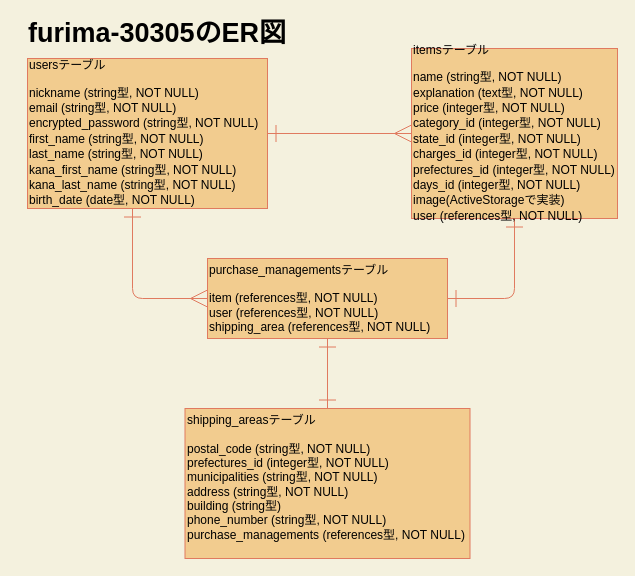
Earlier version of the draw.io diagram test.dio (marmite334/furima-30305). Source tidied: cells renumbered, new cells numbered last; positions are measured from the earlier drawing's top-left corner, leaving out a move shared by most shapes. Both pictures are drawn from the tidied source at 100%, with x=0, y=0 at pixel (17, 18).
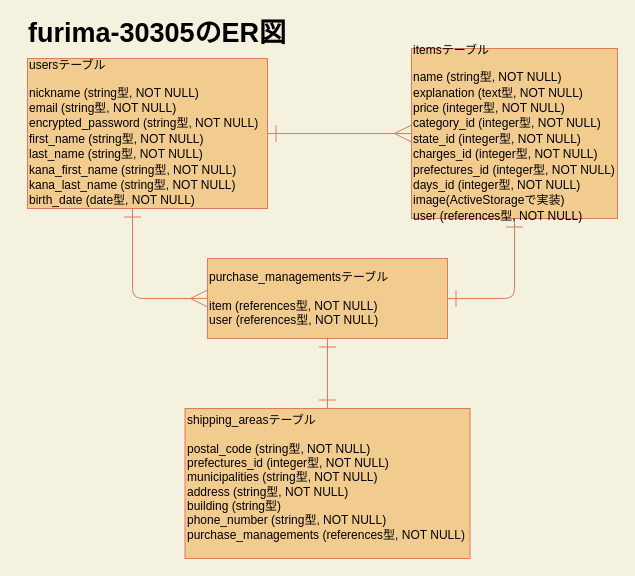
After the change.

Commit message (it also covers changes not shown here):
purchase_managementsテーブルの修正

shipping_areasとのアソシエーションは親子関係で既に実現されているため。

Diff of the diagram source:
```diff
@@
 <mxGraphModel background="#F4F1DE">
   <root>
     <mxCell id="0" />
     <mxCell id="1" parent="0" />
     <mxCell id="2" value="&lt;b&gt;&lt;font style=&quot;font-size: 27px&quot;&gt;furima-30305のER図&lt;/font&gt;&lt;/b&gt;" style="text;html=1;strokeColor=none;fillColor=none;align=center;verticalAlign=middle;whiteSpace=wrap;rounded=0;fontColor=#000000;" parent="1" vertex="1">
       <mxGeometry width="280" height="30" as="geometry" />
     </mxCell>
     <mxCell id="3" style="edgeStyle=orthogonalEdgeStyle;rounded=1;jettySize=auto;html=1;entryX=0;entryY=0.5;entryDx=0;entryDy=0;strokeColor=#E07A5F;fillColor=#F2CC8F;fontColor=#393C56;endArrow=ERmany;endFill=0;startArrow=ERone;startFill=0;endSize=15;startSize=15;" parent="1" edge="1" target="10">
       <mxGeometry relative="1" as="geometry">
         <mxPoint x="115" y="190" as="sourcePoint" />
         <Array as="points">
           <mxPoint x="115" y="280" />
         </Array>
       </mxGeometry>
     </mxCell>
     <mxCell id="4" style="edgeStyle=orthogonalEdgeStyle;rounded=1;jettySize=auto;html=1;entryX=0;entryY=0.5;entryDx=0;entryDy=0;startArrow=ERone;startFill=0;startSize=15;endArrow=ERmany;endFill=0;endSize=15;strokeColor=#E07A5F;fillColor=#F2CC8F;fontColor=#393C56;" parent="1" edge="1" source="5" target="7">
       <mxGeometry relative="1" as="geometry" />
     </mxCell>
     <mxCell id="5" value="&lt;pre&gt;&lt;span style=&quot;color: rgb(0 , 0 , 0)&quot;&gt;&lt;font face=&quot;Helvetica&quot;&gt;usersテーブル&lt;/font&gt;&lt;/span&gt;&lt;/pre&gt;&lt;pre&gt;&lt;font face=&quot;Helvetica&quot;&gt;&lt;span style=&quot;color: rgb(0 , 0 , 0)&quot;&gt;nickname (string型, NOT NULL)&lt;br&gt;&lt;/span&gt;&lt;span style=&quot;color: rgb(0 , 0 , 0)&quot;&gt;email&amp;nbsp;(string型, NOT NULL)&lt;br&gt;&lt;/span&gt;&lt;/font&gt;&lt;font color=&quot;#000000&quot; face=&quot;Helvetica&quot;&gt;encrypted_password&lt;/font&gt;&lt;font face=&quot;Helvetica&quot;&gt;&lt;span style=&quot;color: rgb(0 , 0 , 0)&quot;&gt;&amp;nbsp;(string型, NOT NULL)&lt;br&gt;&lt;/span&gt;&lt;span style=&quot;color: rgb(0 , 0 , 0)&quot;&gt;first_name (string型, NOT NULL)&lt;br&gt;&lt;/span&gt;&lt;span style=&quot;color: rgb(0 , 0 , 0)&quot;&gt;last_name (string型, NOT NULL)&lt;br&gt;&lt;/span&gt;&lt;span style=&quot;color: rgb(0 , 0 , 0)&quot;&gt;kana_first_name (string型, NOT NULL)&lt;br&gt;&lt;/span&gt;&lt;span style=&quot;color: rgb(0 , 0 , 0)&quot;&gt;kana_last_name (string型, NOT NULL)&lt;br&gt;&lt;/span&gt;&lt;span style=&quot;color: rgb(0 , 0 , 0)&quot;&gt;birth_date (date型, NOT NULL)&lt;/span&gt;&lt;/font&gt;&lt;br&gt;&lt;/pre&gt;&lt;blockquote style=&quot;border: none ; margin: 0px 0px 0px 40px ; padding: 0px&quot;&gt;&lt;/blockquote&gt;&lt;blockquote style=&quot;border: none ; margin: 0px 0px 0px 40px ; padding: 0px&quot;&gt;&lt;/blockquote&gt;&lt;blockquote style=&quot;border: none ; margin: 0px 0px 0px 40px ; padding: 0px&quot;&gt;&lt;/blockquote&gt;&lt;blockquote style=&quot;border: none ; margin: 0px 0px 0px 40px ; padding: 0px&quot;&gt;&lt;/blockquote&gt;" style="rounded=0;whiteSpace=wrap;html=1;align=left;fillColor=#F2CC8F;strokeColor=#E07A5F;fontColor=#393C56;" parent="1" vertex="1">
       <mxGeometry x="10" y="40" width="240" height="150" as="geometry" />
     </mxCell>
     <mxCell id="6" style="edgeStyle=orthogonalEdgeStyle;rounded=1;jettySize=auto;html=1;exitX=0.5;exitY=1;exitDx=0;exitDy=0;entryX=1;entryY=0.5;entryDx=0;entryDy=0;startArrow=ERone;startFill=0;startSize=15;endArrow=ERone;endFill=0;endSize=15;strokeColor=#E07A5F;fillColor=#F2CC8F;fontColor=#393C56;" parent="1" edge="1" source="7" target="10">
       <mxGeometry relative="1" as="geometry">
         <Array as="points">
           <mxPoint x="497" y="280" />
         </Array>
       </mxGeometry>
     </mxCell>
     <mxCell id="7" value="&lt;pre&gt;&lt;span style=&quot;color: rgb(0 , 0 , 0)&quot;&gt;&lt;font face=&quot;Helvetica&quot;&gt;itemsテーブル&lt;/font&gt;&lt;/span&gt;&lt;/pre&gt;&lt;pre&gt;&lt;font face=&quot;Helvetica&quot;&gt;&lt;span style=&quot;color: rgb(0 , 0 , 0)&quot;&gt;name (string型, NOT NULL)&lt;br&gt;&lt;/span&gt;&lt;span style=&quot;color: rgb(0 , 0 , 0)&quot;&gt;explanation (text型, NOT NULL)&lt;br&gt;&lt;/span&gt;&lt;span style=&quot;color: rgb(0 , 0 , 0)&quot;&gt;price (integer型, NOT NULL)&lt;br&gt;&lt;/span&gt;&lt;span style=&quot;color: rgb(0 , 0 , 0)&quot;&gt;category_id (integer型, NOT NULL)&lt;br&gt;&lt;/span&gt;&lt;span style=&quot;color: rgb(0 , 0 , 0)&quot;&gt;state_id (integer型, NOT NULL)&lt;br&gt;&lt;/span&gt;&lt;span style=&quot;color: rgb(0 , 0 , 0)&quot;&gt;charges_id (integer型, NOT NULL)&lt;br&gt;&lt;/span&gt;&lt;font color=&quot;#000000&quot;&gt;prefectures_id&lt;/font&gt;&lt;span style=&quot;color: rgb(0 , 0 , 0)&quot;&gt; (integer型, NOT NULL)&lt;br&gt;&lt;/span&gt;&lt;span style=&quot;color: rgb(0 , 0 , 0)&quot;&gt;days_id (integer型, NOT NULL)&lt;br&gt;&lt;/span&gt;&lt;span style=&quot;color: rgb(0 , 0 , 0)&quot;&gt;image(ActiveStorageで実装&lt;/span&gt;&lt;span style=&quot;color: rgb(0 , 0 , 0)&quot;&gt;)&lt;br&gt;&lt;/span&gt;&lt;font color=&quot;#000000&quot;&gt;user (references型, NOT NULL)&lt;/font&gt;&lt;/font&gt;&lt;/pre&gt;&lt;p style=&quot;line-height: 18px&quot;&gt;&lt;/p&gt;&lt;p&gt;&lt;/p&gt;" style="rounded=0;whiteSpace=wrap;html=1;align=left;fillColor=#F2CC8F;strokeColor=#E07A5F;fontColor=#393C56;" parent="1" vertex="1">
       <mxGeometry x="394" y="30" width="206" height="170" as="geometry" />
     </mxCell>
     <mxCell id="8" value="&lt;span style=&quot;color: rgb(0 , 0 , 0)&quot;&gt;shipping_areasテーブル&lt;br&gt;&lt;/span&gt;&lt;br&gt;&lt;span style=&quot;color: rgb(0 , 0 , 0)&quot;&gt;postal_code (string型, NOT NULL)&lt;/span&gt;&lt;br&gt;&lt;span style=&quot;color: rgb(0 , 0 , 0)&quot;&gt;prefectures_id (integer型, NOT NULL)&lt;/span&gt;&lt;br&gt;&lt;span style=&quot;color: rgb(0 , 0 , 0)&quot;&gt;municipalities (string型, NOT NULL)&lt;/span&gt;&lt;br&gt;&lt;span style=&quot;color: rgb(0 , 0 , 0)&quot;&gt;address (string型, NOT NULL)&lt;/span&gt;&lt;br&gt;&lt;span style=&quot;color: rgb(0 , 0 , 0)&quot;&gt;building (string型)&lt;/span&gt;&lt;br&gt;&lt;font face=&quot;Helvetica&quot; style=&quot;color: rgb(0 , 0 , 0)&quot;&gt;phone_number (&lt;/font&gt;&lt;font face=&quot;Helvetica&quot; style=&quot;color: rgb(0 , 0 , 0)&quot;&gt;string型, NOT NULL)&lt;/font&gt;&lt;br&gt;&lt;font color=&quot;#000000&quot;&gt;purchase_managements&lt;span&gt;&amp;nbsp;(references型, NOT NULL)&lt;/span&gt;&lt;/font&gt;&lt;div style=&quot;font-weight: normal ; font-size: 12px ; line-height: 18px&quot;&gt;&lt;p&gt;&lt;/p&gt;&lt;p&gt;&lt;/p&gt;&lt;/div&gt;" style="rounded=0;whiteSpace=wrap;html=1;align=left;fillColor=#F2CC8F;strokeColor=#E07A5F;fontColor=#393C56;" parent="1" vertex="1">
       <mxGeometry x="167.5" y="390" width="285" height="150" as="geometry" />
     </mxCell>
     <mxCell id="9" style="edgeStyle=orthogonalEdgeStyle;rounded=1;jettySize=auto;html=1;exitX=0.5;exitY=1;exitDx=0;exitDy=0;startArrow=ERone;startFill=0;startSize=15;endArrow=ERone;endFill=0;endSize=15;strokeColor=#E07A5F;fillColor=#F2CC8F;fontColor=#393C56;" parent="1" edge="1" source="10" target="8">
       <mxGeometry relative="1" as="geometry" />
     </mxCell>
-    <mxCell id="10" value="&lt;div&gt;&lt;span&gt;purchase_managementsテーブル&lt;/span&gt;&lt;/div&gt;&lt;div&gt;&lt;span&gt;&lt;br&gt;&lt;/span&gt;&lt;/div&gt;&lt;div&gt;&lt;span&gt;item (references型, NOT NULL)&lt;/span&gt;&lt;/div&gt;&lt;div&gt;&lt;span&gt;user (references型, NOT NULL)&lt;/span&gt;&lt;/div&gt;&lt;div&gt;&lt;span&gt;shipping_area (references型, NOT NULL)&lt;/span&gt;&lt;/div&gt;" style="rounded=0;whiteSpace=wrap;html=1;sketch=0;strokeColor=#E07A5F;fillColor=#F2CC8F;fontColor=#000000;align=left;" parent="1" vertex="1">
+    <mxCell id="10" value="&lt;div&gt;&lt;span&gt;purchase_managementsテーブル&lt;/span&gt;&lt;/div&gt;&lt;div&gt;&lt;span&gt;&lt;br&gt;&lt;/span&gt;&lt;/div&gt;&lt;div&gt;&lt;span&gt;item (references型, NOT NULL)&lt;/span&gt;&lt;/div&gt;&lt;div&gt;&lt;span&gt;user (references型, NOT NULL)&lt;/span&gt;&lt;/div&gt;" style="rounded=0;whiteSpace=wrap;html=1;sketch=0;strokeColor=#E07A5F;fillColor=#F2CC8F;fontColor=#000000;align=left;" parent="1" vertex="1">
       <mxGeometry x="190" y="240" width="240" height="80" as="geometry" />
     </mxCell>
   </root>
 </mxGraphModel>
```
